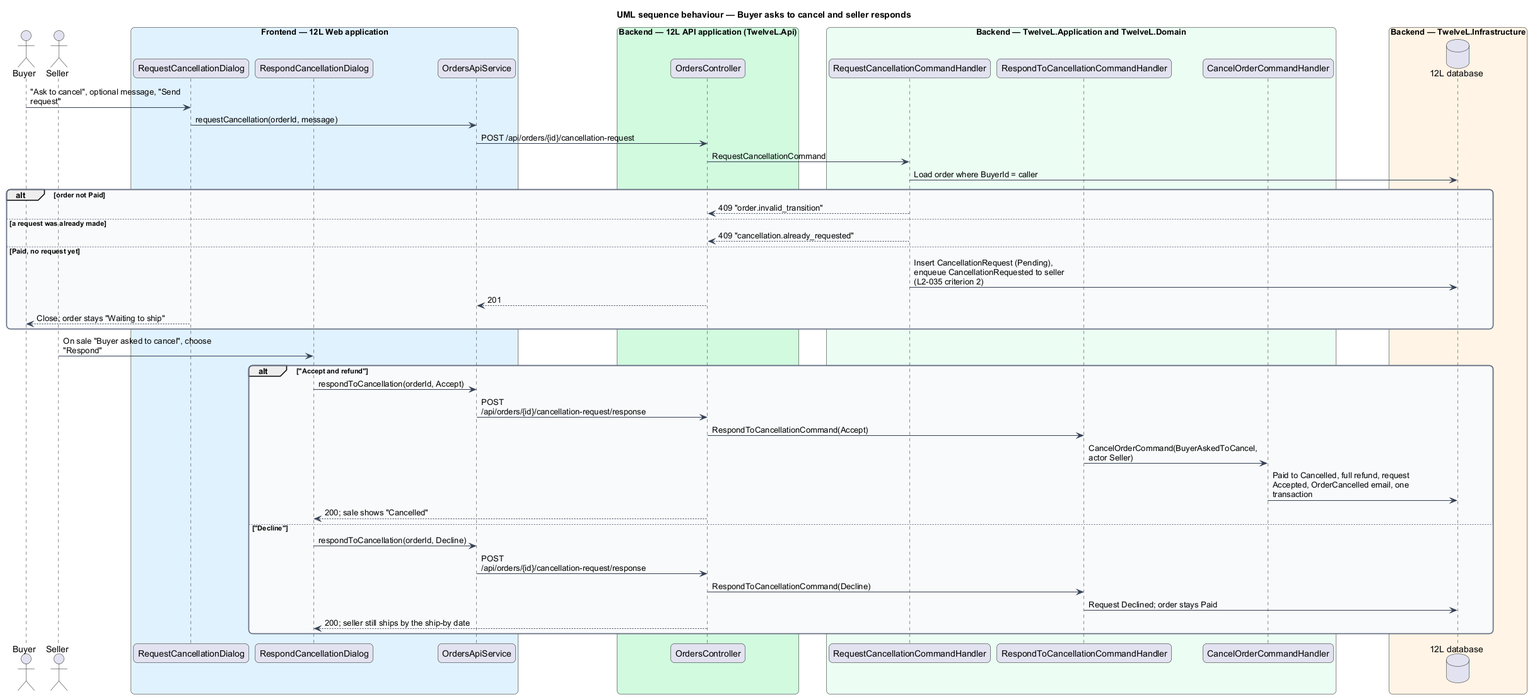
Earlier version of the PlantUML export docs/detailed-designs/orders/cancel-order/diagrams/sequence-buyer-request.png (QuinntyneBrown/12l). Source of this version:
```plantuml
@startuml
title UML sequence behaviour — Buyer asks to cancel and seller responds
skinparam backgroundColor #FFFFFF
skinparam shadowing false
skinparam roundcorner 12
skinparam defaultFontName Arial
skinparam ArrowColor #344054
skinparam rectangle {
  BorderColor #344054
  FontColor #101828
}
skinparam package {
  BorderColor #667085
  FontColor #101828
  BackgroundColor #F9FAFB
}
skinparam sequenceMessageAlign left
skinparam maxMessageSize 260
actor "Buyer" as buyer
actor "Seller" as seller
box "Frontend — 12L Web application" #E0F2FE
  participant "RequestCancellationDialog" as rq
  participant "RespondCancellationDialog" as rs
  participant "OrdersApiService" as client
end box
box "Backend — 12L API application (TwelveL.Api)" #D1FADF
  participant "OrdersController" as ctrl
end box
box "Backend — TwelveL.Application and TwelveL.Domain" #ECFDF3
  participant "RequestCancellationCommandHandler" as rh
  participant "RespondToCancellationCommandHandler" as sh
  participant "CancelOrderCommandHandler" as ch
end box
box "Backend — TwelveL.Infrastructure" #FFF4E5
  database "12L database" as db
end box
buyer -> rq : "Ask to cancel", optional message, "Send request"
rq -> client : requestCancellation(orderId, message)
client -> ctrl : POST /api/orders/{id}/cancellation-request
ctrl -> rh : RequestCancellationCommand
rh -> db : Load order where BuyerId = caller
alt order not Paid
  rh --> ctrl : 409 "order.invalid_transition"
else a request was already made
  rh --> ctrl : 409 "cancellation.already_requested"
else Paid, no request yet
  rh -> db : Insert CancellationRequest (Pending), enqueue CancellationRequested to seller (L2-035 criterion 2)
  ctrl --> client : 201
  rq --> buyer : Close; order stays "Waiting to ship"
end
seller -> rs : On sale "Buyer asked to cancel", choose "Respond"
alt "Accept and refund"
  rs -> client : respondToCancellation(orderId, Accept)
  client -> ctrl : POST /api/orders/{id}/cancellation-request/response
  ctrl -> sh : RespondToCancellationCommand(Accept)
  sh -> ch : CancelOrderCommand(BuyerAskedToCancel, actor Seller)
  ch -> db : Paid to Cancelled, full refund, request Accepted, OrderCancelled email, one transaction
  ctrl --> rs : 200; sale shows "Cancelled"
else "Decline"
  rs -> client : respondToCancellation(orderId, Decline)
  client -> ctrl : POST /api/orders/{id}/cancellation-request/response
  ctrl -> sh : RespondToCancellationCommand(Decline)
  sh -> db : Request Declined; order stays Paid
  ctrl --> rs : 200; seller still ships by the ship-by date
end
@enduml
```
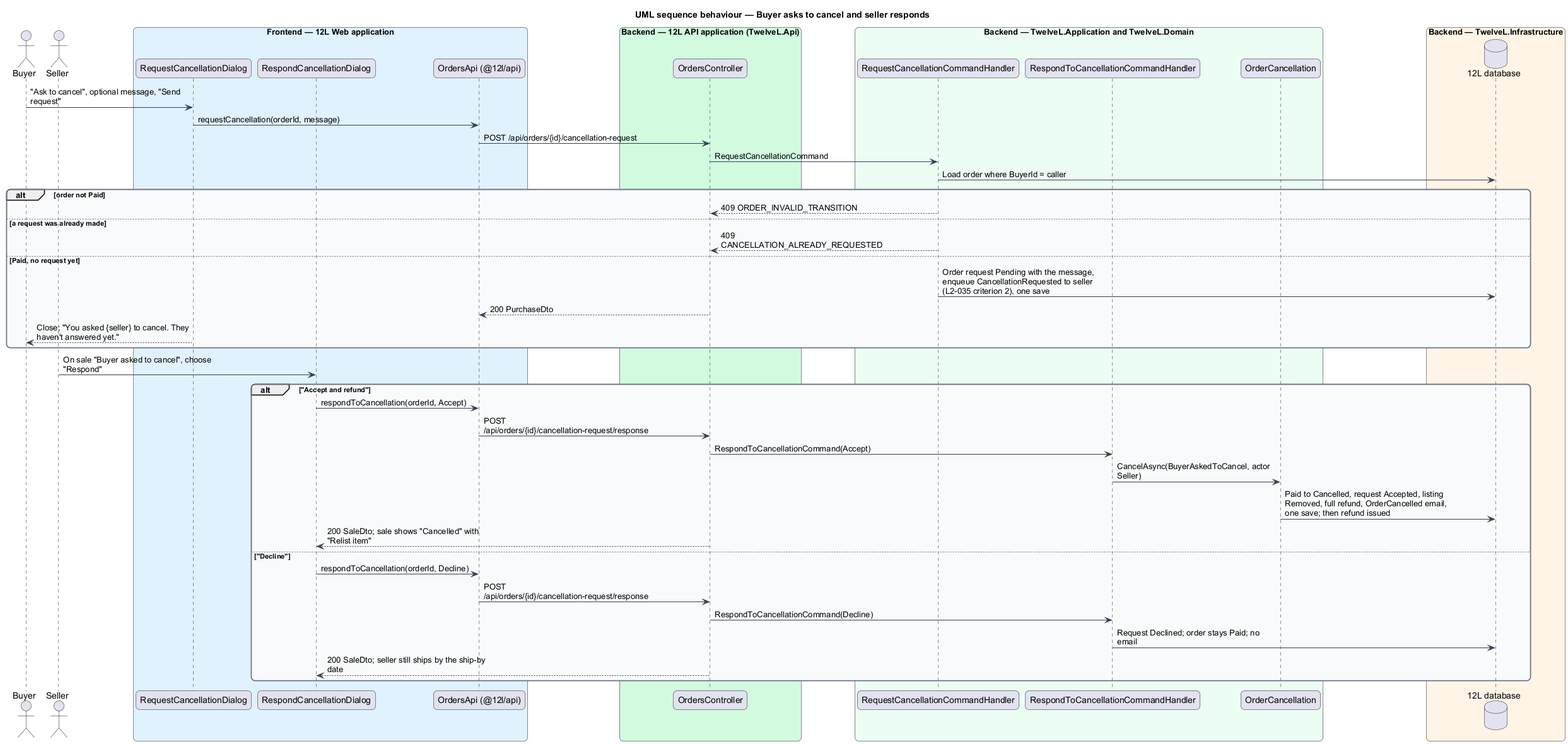
The same file after the commit.

What changed in the source:
```diff
@@ -21,7 +21,7 @@
 box "Frontend — 12L Web application" #E0F2FE
   participant "RequestCancellationDialog" as rq
   participant "RespondCancellationDialog" as rs
-  participant "OrdersApiService" as client
+  participant "OrdersApi (@12l/api)" as client
 end box
 box "Backend — 12L API application (TwelveL.Api)" #D1FADF
   participant "OrdersController" as ctrl
@@ -29,7 +29,7 @@
 box "Backend — TwelveL.Application and TwelveL.Domain" #ECFDF3
   participant "RequestCancellationCommandHandler" as rh
   participant "RespondToCancellationCommandHandler" as sh
-  participant "CancelOrderCommandHandler" as ch
+  participant "OrderCancellation" as ch
 end box
 box "Backend — TwelveL.Infrastructure" #FFF4E5
   database "12L database" as db
@@ -40,27 +40,27 @@
 ctrl -> rh : RequestCancellationCommand
 rh -> db : Load order where BuyerId = caller
 alt order not Paid
-  rh --> ctrl : 409 "order.invalid_transition"
+  rh --> ctrl : 409 ORDER_INVALID_TRANSITION
 else a request was already made
-  rh --> ctrl : 409 "cancellation.already_requested"
+  rh --> ctrl : 409 CANCELLATION_ALREADY_REQUESTED
 else Paid, no request yet
-  rh -> db : Insert CancellationRequest (Pending), enqueue CancellationRequested to seller (L2-035 criterion 2)
-  ctrl --> client : 201
-  rq --> buyer : Close; order stays "Waiting to ship"
+  rh -> db : Order request Pending with the message, enqueue CancellationRequested to seller (L2-035 criterion 2), one save
+  ctrl --> client : 200 PurchaseDto
+  rq --> buyer : Close; "You asked {seller} to cancel. They haven't answered yet."
 end
 seller -> rs : On sale "Buyer asked to cancel", choose "Respond"
 alt "Accept and refund"
   rs -> client : respondToCancellation(orderId, Accept)
   client -> ctrl : POST /api/orders/{id}/cancellation-request/response
   ctrl -> sh : RespondToCancellationCommand(Accept)
-  sh -> ch : CancelOrderCommand(BuyerAskedToCancel, actor Seller)
-  ch -> db : Paid to Cancelled, full refund, request Accepted, OrderCancelled email, one transaction
-  ctrl --> rs : 200; sale shows "Cancelled"
+  sh -> ch : CancelAsync(BuyerAskedToCancel, actor Seller)
+  ch -> db : Paid to Cancelled, request Accepted, listing Removed, full refund, OrderCancelled email, one save; then refund issued
+  ctrl --> rs : 200 SaleDto; sale shows "Cancelled" with "Relist item"
 else "Decline"
   rs -> client : respondToCancellation(orderId, Decline)
   client -> ctrl : POST /api/orders/{id}/cancellation-request/response
   ctrl -> sh : RespondToCancellationCommand(Decline)
-  sh -> db : Request Declined; order stays Paid
-  ctrl --> rs : 200; seller still ships by the ship-by date
+  sh -> db : Request Declined; order stays Paid; no email
+  ctrl --> rs : 200 SaleDto; seller still ships by the ship-by date
 end
 @enduml
```
